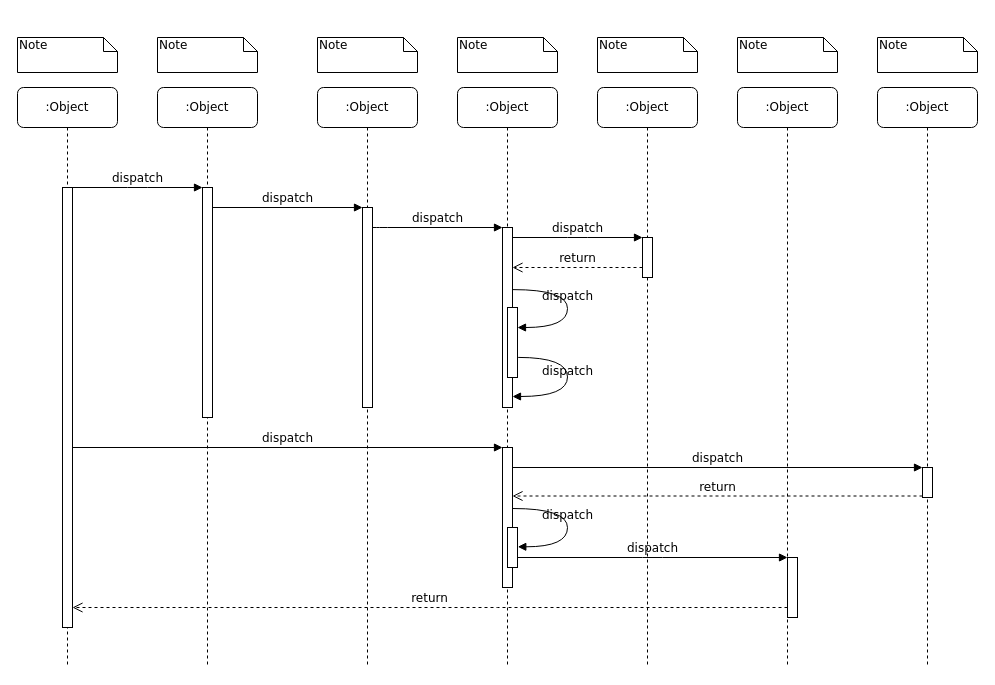
Above: page "Page-1" (1 of 2) of Untitled Diagram.drawio in Bjastkuliar/SoftwareEngineeringProject2 (draw.io), before the change. Source tidied: cells renumbered, new cells numbered last; positions are measured from the earlier drawing's top-left corner, leaving out a move shared by most shapes. Both pictures are drawn from the tidied source at 100%, with x=0, y=0 at pixel (17, 37).
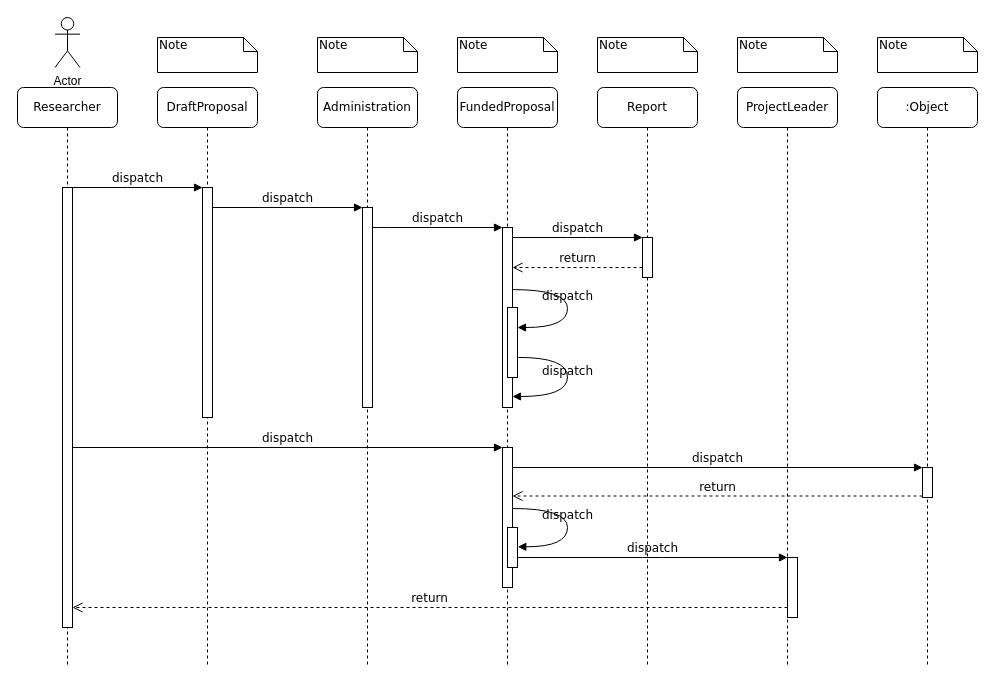
The same page after the edit.

Diff of the diagram source:
```diff
@@
-    <mxCell id="2" value=":Object" style="shape=umlLifeline;perimeter=lifelinePerimeter;whiteSpace=wrap;html=1;rounded=1;shadow=0;comic=0;labelBackgroundColor=none;strokeWidth=1;fontFamily=Verdana;fontSize=12;align=center;" parent="1" vertex="1">
+    <mxCell id="2" value="DraftProposal" style="shape=umlLifeline;perimeter=lifelinePerimeter;whiteSpace=wrap;html=1;rounded=1;shadow=0;comic=0;labelBackgroundColor=none;strokeWidth=1;fontFamily=Verdana;fontSize=12;align=center;" parent="1" vertex="1">
       <mxGeometry x="140" y="50" width="100" height="580" as="geometry" />
     </mxCell>
@@
-    <mxCell id="4" value=":Object" style="shape=umlLifeline;perimeter=lifelinePerimeter;whiteSpace=wrap;html=1;rounded=1;shadow=0;comic=0;labelBackgroundColor=none;strokeWidth=1;fontFamily=Verdana;fontSize=12;align=center;" parent="1" vertex="1">
+    <mxCell id="4" value="Administration" style="shape=umlLifeline;perimeter=lifelinePerimeter;whiteSpace=wrap;html=1;rounded=1;shadow=0;comic=0;labelBackgroundColor=none;strokeWidth=1;fontFamily=Verdana;fontSize=12;align=center;" parent="1" vertex="1">
       <mxGeometry x="300" y="50" width="100" height="580" as="geometry" />
     </mxCell>
@@
-    <mxCell id="6" value=":Object" style="shape=umlLifeline;perimeter=lifelinePerimeter;whiteSpace=wrap;html=1;rounded=1;shadow=0;comic=0;labelBackgroundColor=none;strokeWidth=1;fontFamily=Verdana;fontSize=12;align=center;" parent="1" vertex="1">
+    <mxCell id="6" value="FundedProposal" style="shape=umlLifeline;perimeter=lifelinePerimeter;whiteSpace=wrap;html=1;rounded=1;shadow=0;comic=0;labelBackgroundColor=none;strokeWidth=1;fontFamily=Verdana;fontSize=12;align=center;" parent="1" vertex="1">
       <mxGeometry x="440" y="50" width="100" height="580" as="geometry" />
     </mxCell>
-    <mxCell id="7" value=":Object" style="shape=umlLifeline;perimeter=lifelinePerimeter;whiteSpace=wrap;html=1;rounded=1;shadow=0;comic=0;labelBackgroundColor=none;strokeWidth=1;fontFamily=Verdana;fontSize=12;align=center;" parent="1" vertex="1">
+    <mxCell id="7" value="Report" style="shape=umlLifeline;perimeter=lifelinePerimeter;whiteSpace=wrap;html=1;rounded=1;shadow=0;comic=0;labelBackgroundColor=none;strokeWidth=1;fontFamily=Verdana;fontSize=12;align=center;" parent="1" vertex="1">
       <mxGeometry x="580" y="50" width="100" height="580" as="geometry" />
     </mxCell>
-    <mxCell id="8" value=":Object" style="shape=umlLifeline;perimeter=lifelinePerimeter;whiteSpace=wrap;html=1;rounded=1;shadow=0;comic=0;labelBackgroundColor=none;strokeWidth=1;fontFamily=Verdana;fontSize=12;align=center;" parent="1" vertex="1">
+    <mxCell id="8" value="ProjectLeader" style="shape=umlLifeline;perimeter=lifelinePerimeter;whiteSpace=wrap;html=1;rounded=1;shadow=0;comic=0;labelBackgroundColor=none;strokeWidth=1;fontFamily=Verdana;fontSize=12;align=center;" parent="1" vertex="1">
       <mxGeometry x="720" y="50" width="100" height="580" as="geometry" />
     </mxCell>
@@
-    <mxCell id="10" value=":Object" style="shape=umlLifeline;perimeter=lifelinePerimeter;whiteSpace=wrap;html=1;rounded=1;shadow=0;comic=0;labelBackgroundColor=none;strokeWidth=1;fontFamily=Verdana;fontSize=12;align=center;" parent="1" vertex="1">
+    <mxCell id="10" value="Researcher" style="shape=umlLifeline;perimeter=lifelinePerimeter;whiteSpace=wrap;html=1;rounded=1;shadow=0;comic=0;labelBackgroundColor=none;strokeWidth=1;fontFamily=Verdana;fontSize=12;align=center;" parent="1" vertex="1">
       <mxGeometry y="50" width="100" height="580" as="geometry" />
     </mxCell>
@@
-    <mxCell id="32" value="Note" style="shape=note;whiteSpace=wrap;html=1;size=14;verticalAlign=top;align=left;spacingTop=-6;rounded=0;shadow=0;comic=0;labelBackgroundColor=none;strokeWidth=1;fontFamily=Verdana;fontSize=12;" parent="1" vertex="1">
-      <mxGeometry width="100" height="35" as="geometry" />
-    </mxCell>
@@
+    <mxCell id="39" value="Actor" style="shape=umlActor;verticalLabelPosition=bottom;verticalAlign=top;html=1;" parent="1" vertex="1">
+      <mxGeometry x="37.5" y="-20" width="25" height="50" as="geometry" />
+    </mxCell>
```
